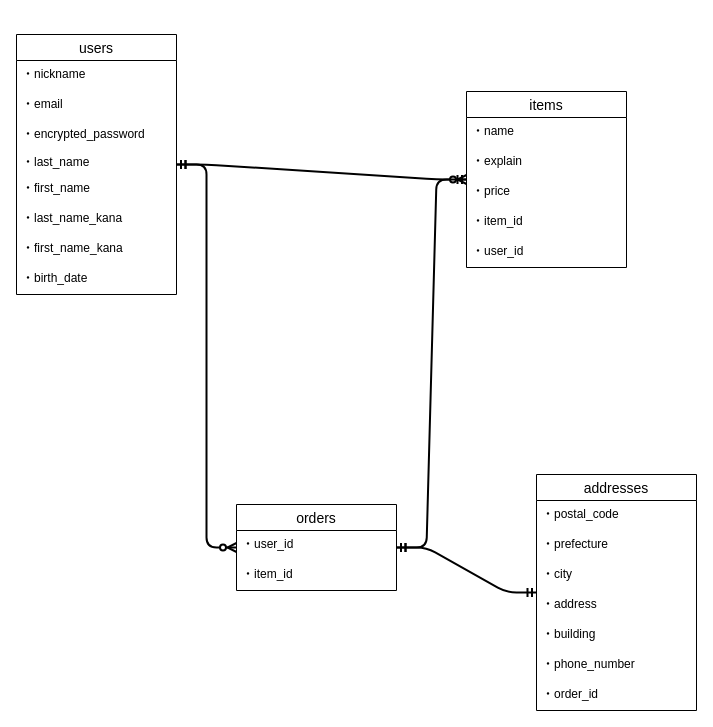
ksk-6021/furima-35854 keeps this draw.io diagram as furima.dio. Above is the earlier version. Source tidied: cells renumbered, new cells numbered last; positions are measured from the earlier drawing's top-left corner, leaving out a move shared by most shapes. Both pictures are drawn from the tidied source at 100%, with x=0, y=0 at pixel (16, 34).
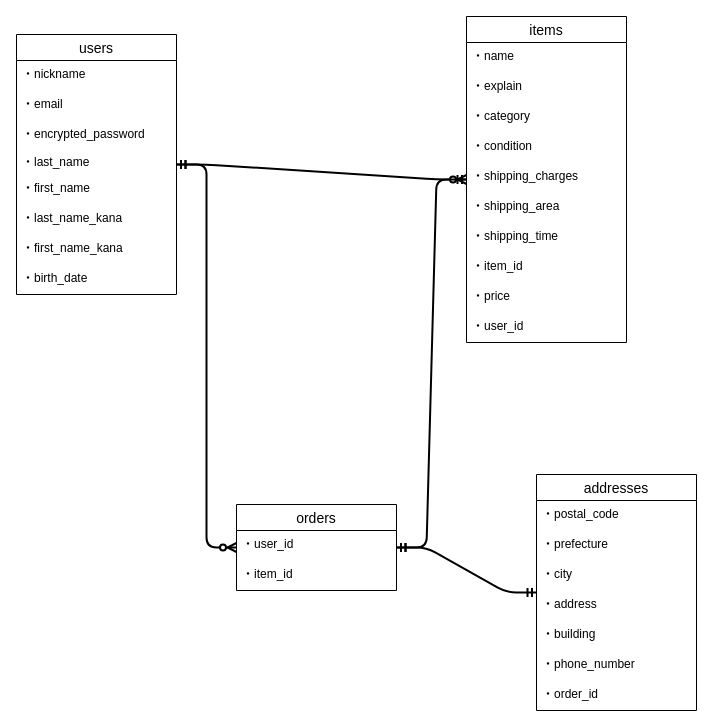
The same page after the edit.

Commit message (it also covers changes not shown here):
データベース設計修正2

Change to the diagram source:
```diff
@@
     <mxCell id="10" value="items" style="swimlane;fontStyle=0;horizontal=1;startSize=26;align=center;fontSize=14;" parent="1" vertex="1">
-      <mxGeometry x="450" y="57" width="160" height="176" as="geometry" />
+      <mxGeometry x="450" y="-18" width="160" height="326" as="geometry" />
     </mxCell>
@@
+    <mxCell id="31" value="・category" style="text;strokeColor=none;fillColor=none;spacingLeft=4;spacingRight=4;overflow=hidden;fontSize=12;" parent="10" vertex="1">
+      <mxGeometry y="86" width="160" height="30" as="geometry" />
+    </mxCell>
+    <mxCell id="32" value="・condition" style="text;strokeColor=none;fillColor=none;spacingLeft=4;spacingRight=4;overflow=hidden;fontSize=12;" parent="10" vertex="1">
+      <mxGeometry y="116" width="160" height="30" as="geometry" />
+    </mxCell>
+    <mxCell id="33" value="・shipping_charges" style="text;strokeColor=none;fillColor=none;spacingLeft=4;spacingRight=4;overflow=hidden;fontSize=12;" parent="10" vertex="1">
+      <mxGeometry y="146" width="160" height="30" as="geometry" />
+    </mxCell>
+    <mxCell id="34" value="・shipping_area" style="text;strokeColor=none;fillColor=none;spacingLeft=4;spacingRight=4;overflow=hidden;fontSize=12;" parent="10" vertex="1">
+      <mxGeometry y="176" width="160" height="30" as="geometry" />
+    </mxCell>
+    <mxCell id="35" value="・shipping_time" style="text;strokeColor=none;fillColor=none;spacingLeft=4;spacingRight=4;overflow=hidden;fontSize=12;" parent="10" vertex="1">
+      <mxGeometry y="206" width="160" height="30" as="geometry" />
+    </mxCell>
+    <mxCell id="14" value="・item_id" style="text;strokeColor=none;fillColor=none;spacingLeft=4;spacingRight=4;overflow=hidden;fontSize=12;" parent="10" vertex="1">
+      <mxGeometry y="236" width="160" height="30" as="geometry" />
+    </mxCell>
     <mxCell id="13" value="・price" style="text;strokeColor=none;fillColor=none;spacingLeft=4;spacingRight=4;overflow=hidden;fontSize=12;" parent="10" vertex="1">
-      <mxGeometry y="86" width="160" height="30" as="geometry" />
+      <mxGeometry y="266" width="160" height="30" as="geometry" />
     </mxCell>
-    <mxCell id="14" value="・item_id" style="text;strokeColor=none;fillColor=none;spacingLeft=4;spacingRight=4;overflow=hidden;fontSize=12;" parent="10" vertex="1">
-      <mxGeometry y="116" width="160" height="30" as="geometry" />
-    </mxCell>
     <mxCell id="15" value="・user_id" style="text;strokeColor=none;fillColor=none;spacingLeft=4;spacingRight=4;overflow=hidden;fontSize=12;" parent="10" vertex="1">
-      <mxGeometry y="146" width="160" height="30" as="geometry" />
+      <mxGeometry y="296" width="160" height="30" as="geometry" />
     </mxCell>
```
